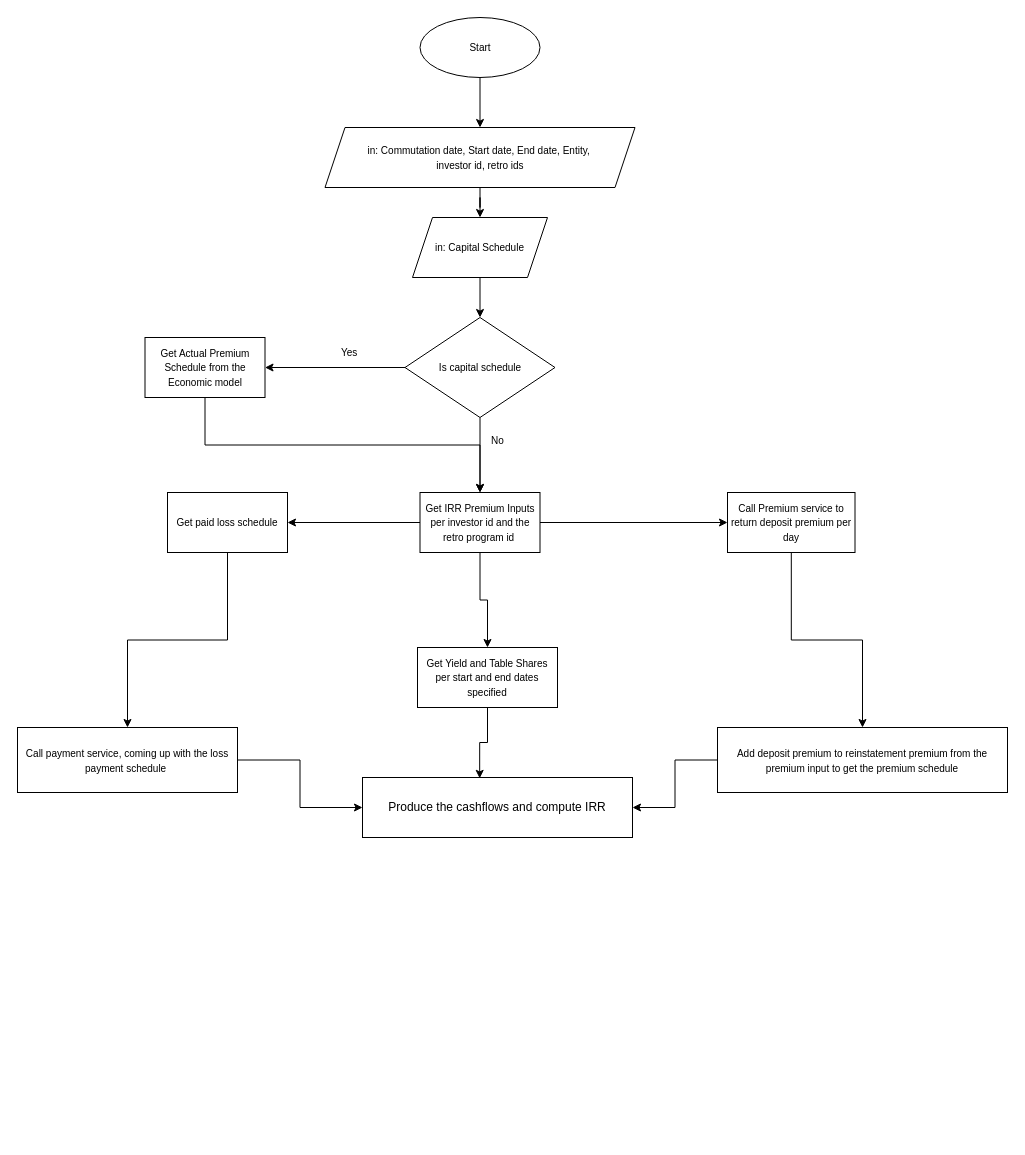
Before: IRRFlowChart.drawio in MakafuiArch/Project-Planning, a draw.io diagram. Source tidied: cells renumbered, new cells numbered last; positions are measured from the earlier drawing's top-left corner, leaving out a move shared by most shapes. Both pictures are drawn from the tidied source at 100%, with x=0, y=0 at pixel (17, 17).
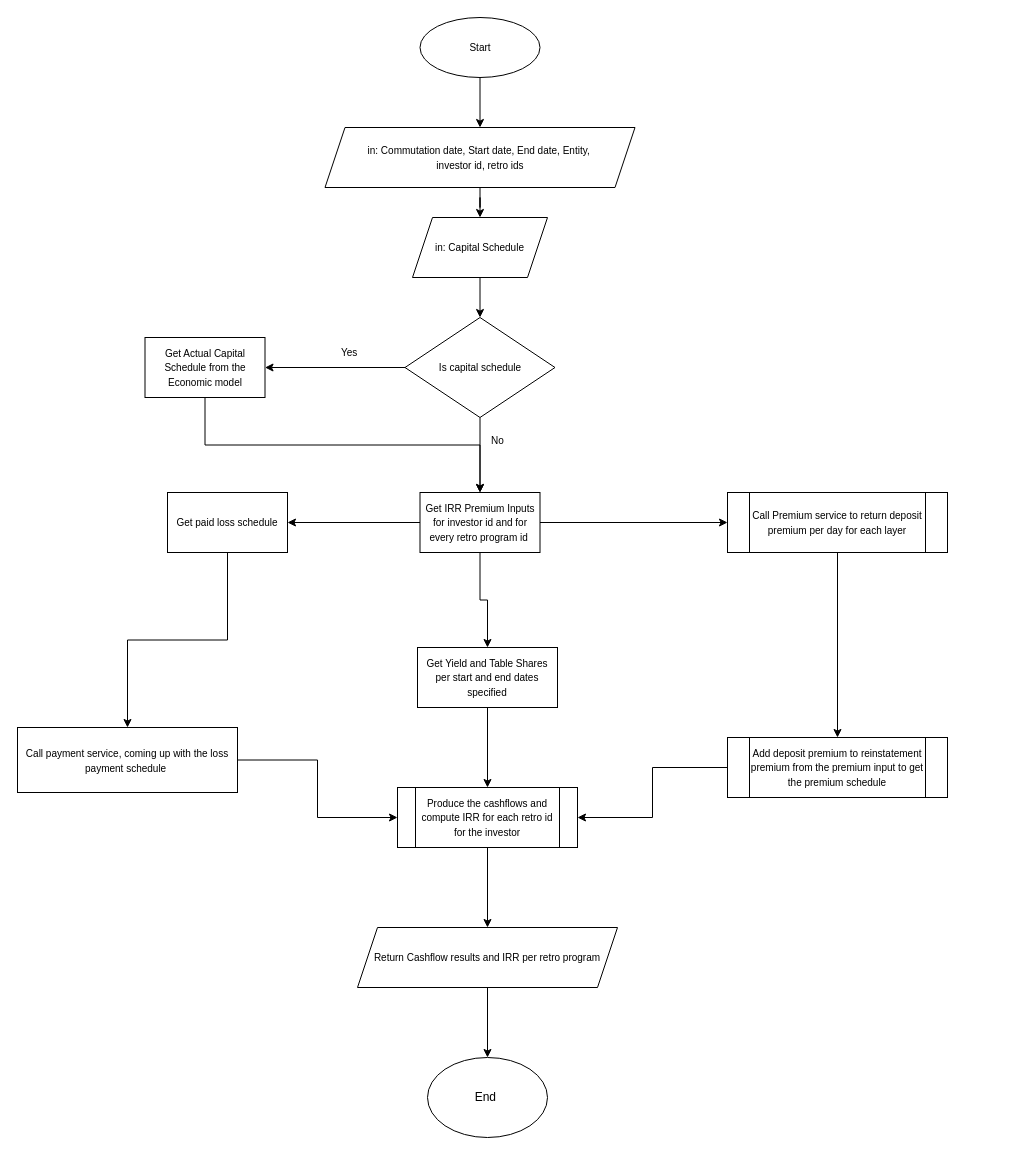
The same page after the edit.

Unchanged cells that the change refers to:
```xml
<mxCell id="24" value="&lt;font style=&quot;font-size: 10px;&quot;&gt;Call payment service, coming up with the loss payment schedule&amp;nbsp;&lt;/font&gt;" style="whiteSpace=wrap;html=1;" parent="1" vertex="1">
  <mxGeometry y="710" width="220" height="65" as="geometry" />
</mxCell>
```

Change to the diagram source:
```diff
@@
-    <mxCell id="11" value="&lt;font style=&quot;font-size: 10px;&quot;&gt;Get Actual Premium Schedule from the Economic model&lt;/font&gt;" style="whiteSpace=wrap;html=1;" parent="1" vertex="1">
+    <mxCell id="11" value="&lt;font style=&quot;font-size: 10px;&quot;&gt;Get Actual Capital Schedule from the Economic model&lt;/font&gt;" style="whiteSpace=wrap;html=1;" parent="1" vertex="1">
       <mxGeometry x="127.5" y="320" width="120" height="60" as="geometry" />
     </mxCell>
@@
-    <mxCell id="14" style="edgeStyle=orthogonalEdgeStyle;rounded=0;jettySize=auto;html=1;" parent="1" edge="1" source="17" target="20">
-      <mxGeometry relative="1" as="geometry" />
-    </mxCell>
@@
+    <mxCell id="30" style="edgeStyle=orthogonalEdgeStyle;rounded=0;jettySize=auto;html=1;" parent="1" edge="1" source="17" target="34">
+      <mxGeometry relative="1" as="geometry" />
+    </mxCell>
-    <mxCell id="17" value="&lt;font style=&quot;font-size: 10px;&quot;&gt;Get IRR Premium Inputs per investor id and the retro program id&amp;nbsp;&lt;/font&gt;" style="whiteSpace=wrap;html=1;" parent="1" vertex="1">
+    <mxCell id="17" value="&lt;font style=&quot;font-size: 10px;&quot;&gt;Get IRR Premium Inputs for investor id and for every retro program id&amp;nbsp;&lt;/font&gt;" style="whiteSpace=wrap;html=1;" parent="1" vertex="1">
       <mxGeometry x="402.5" y="475" width="120" height="60" as="geometry" />
     </mxCell>
@@
-    <mxCell id="19" style="edgeStyle=orthogonalEdgeStyle;rounded=0;jettySize=auto;html=1;" parent="1" edge="1" source="20" target="26">
-      <mxGeometry relative="1" as="geometry" />
-    </mxCell>
-    <mxCell id="20" value="&lt;font style=&quot;font-size: 10px;&quot;&gt;Call Premium service to return deposit premium per day&lt;/font&gt;" style="whiteSpace=wrap;html=1;" parent="1" vertex="1">
-      <mxGeometry x="710" y="475" width="127.5" height="60" as="geometry" />
-    </mxCell>
@@
-    <mxCell id="23" style="edgeStyle=orthogonalEdgeStyle;rounded=0;jettySize=auto;html=1;" parent="1" edge="1" source="24" target="27">
-      <mxGeometry relative="1" as="geometry" />
-    </mxCell>
+    <mxCell id="31" style="edgeStyle=orthogonalEdgeStyle;rounded=0;jettySize=auto;html=1;" parent="1" edge="1" source="24" target="37">
+      <mxGeometry relative="1" as="geometry" />
+    </mxCell>
@@
-    <mxCell id="25" style="edgeStyle=orthogonalEdgeStyle;rounded=0;jettySize=auto;html=1;" parent="1" edge="1" source="26" target="27">
-      <mxGeometry relative="1" as="geometry" />
-    </mxCell>
+    <mxCell id="32" style="edgeStyle=orthogonalEdgeStyle;rounded=0;jettySize=auto;html=1;" parent="1" edge="1" source="29" target="37">
+      <mxGeometry relative="1" as="geometry" />
+    </mxCell>
+    <mxCell id="29" value="&lt;font style=&quot;font-size: 10px;&quot;&gt;Get Yield and Table Shares per start and end dates specified&lt;/font&gt;" style="whiteSpace=wrap;html=1;" parent="1" vertex="1">
+      <mxGeometry x="400" y="630" width="140" height="60" as="geometry" />
+    </mxCell>
+    <mxCell id="33" style="edgeStyle=orthogonalEdgeStyle;rounded=0;jettySize=auto;html=1;" parent="1" edge="1" source="34" target="26">
+      <mxGeometry relative="1" as="geometry" />
+    </mxCell>
+    <mxCell id="34" value="&lt;font style=&quot;font-size: 10px;&quot;&gt;Call Premium service to return deposit premium per day for each layer&lt;/font&gt;" style="shape=process;whiteSpace=wrap;html=1;backgroundOutline=1;" parent="1" vertex="1">
+      <mxGeometry x="710" y="475" width="220" height="60" as="geometry" />
+    </mxCell>
+    <mxCell id="35" style="edgeStyle=orthogonalEdgeStyle;rounded=0;jettySize=auto;html=1;" parent="1" edge="1" source="26" target="37">
+      <mxGeometry relative="1" as="geometry" />
+    </mxCell>
-    <mxCell id="26" value="&lt;font style=&quot;font-size: 10px;&quot;&gt;Add deposit premium to reinstatement premium from the premium input to get the premium schedule&lt;/font&gt;" style="whiteSpace=wrap;html=1;" parent="1" vertex="1">
-      <mxGeometry x="700" y="710" width="290" height="65" as="geometry" />
+    <mxCell id="26" value="&lt;span style=&quot;font-size: 10px;&quot;&gt;Add deposit premium to reinstatement premium from the premium input to get the premium schedule&lt;/span&gt;" style="shape=process;whiteSpace=wrap;html=1;backgroundOutline=1;" parent="1" vertex="1">
+      <mxGeometry x="710" y="720" width="220" height="60" as="geometry" />
     </mxCell>
-    <mxCell id="27" value="Produce the cashflows and compute IRR" style="whiteSpace=wrap;html=1;" parent="1" vertex="1">
-      <mxGeometry x="345" y="760" width="270" height="60" as="geometry" />
-    </mxCell>
-    <mxCell id="28" style="edgeStyle=orthogonalEdgeStyle;rounded=0;jettySize=auto;html=1;entryX=0.434;entryY=0.014;entryDx=0;entryDy=0;entryPerimeter=0;" parent="1" edge="1" source="29" target="27">
-      <mxGeometry relative="1" as="geometry" />
-    </mxCell>
-    <mxCell id="29" value="&lt;font style=&quot;font-size: 10px;&quot;&gt;Get Yield and Table Shares per start and end dates specified&lt;/font&gt;" style="whiteSpace=wrap;html=1;" parent="1" vertex="1">
-      <mxGeometry x="400" y="630" width="140" height="60" as="geometry" />
-    </mxCell>
+    <mxCell id="36" style="edgeStyle=orthogonalEdgeStyle;rounded=0;jettySize=auto;html=1;" parent="1" edge="1" source="37" target="39">
+      <mxGeometry relative="1" as="geometry" />
+    </mxCell>
+    <mxCell id="37" value="&lt;font style=&quot;font-size: 10px;&quot;&gt;Produce the cashflows and compute IRR for each retro id for the investor&lt;/font&gt;" style="shape=process;whiteSpace=wrap;html=1;backgroundOutline=1;" parent="1" vertex="1">
+      <mxGeometry x="380" y="770" width="180" height="60" as="geometry" />
+    </mxCell>
+    <mxCell id="38" style="edgeStyle=orthogonalEdgeStyle;rounded=0;jettySize=auto;html=1;" parent="1" edge="1" source="39" target="40">
+      <mxGeometry relative="1" as="geometry" />
+    </mxCell>
+    <mxCell id="39" value="&lt;font style=&quot;font-size: 10px;&quot;&gt;Return Cashflow results and IRR per retro program&lt;/font&gt;" style="shape=parallelogram;perimeter=parallelogramPerimeter;whiteSpace=wrap;html=1;fixedSize=1;" parent="1" vertex="1">
+      <mxGeometry x="340" y="910" width="260" height="60" as="geometry" />
+    </mxCell>
+    <mxCell id="40" value="End&amp;nbsp;" style="ellipse;whiteSpace=wrap;html=1;" parent="1" vertex="1">
+      <mxGeometry x="410" y="1040" width="120" height="80" as="geometry" />
+    </mxCell>
```
